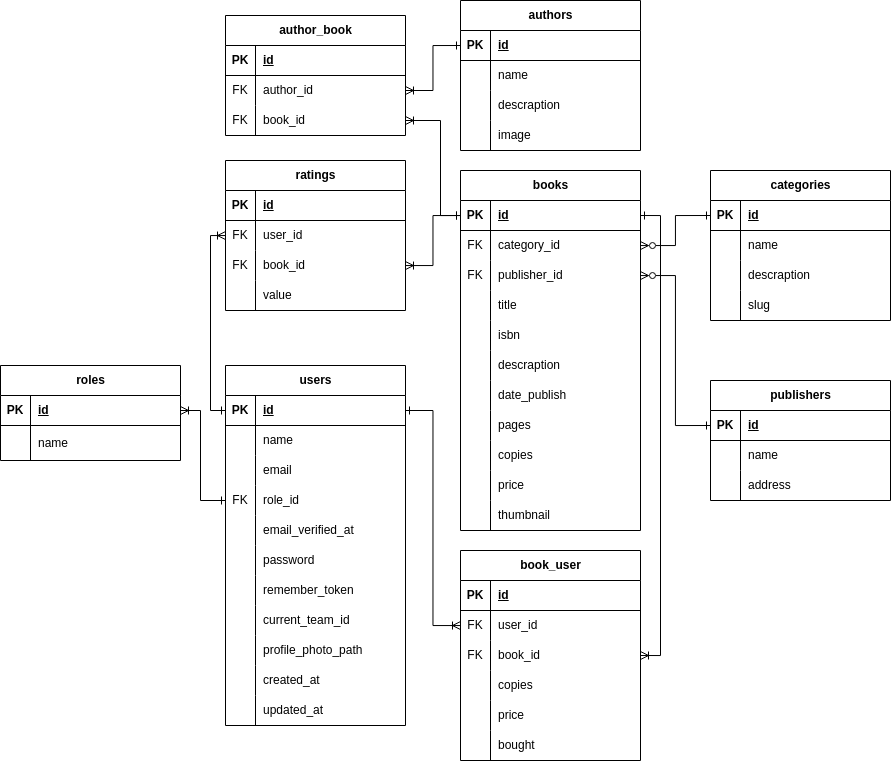
Above: database/database.png in yhyasyrian/ecommerce-book (draw.io), before the change. Source tidied: cells renumbered, new cells last; positions are measured from the earlier drawing's top-left corner, leaving out a move shared by most shapes.
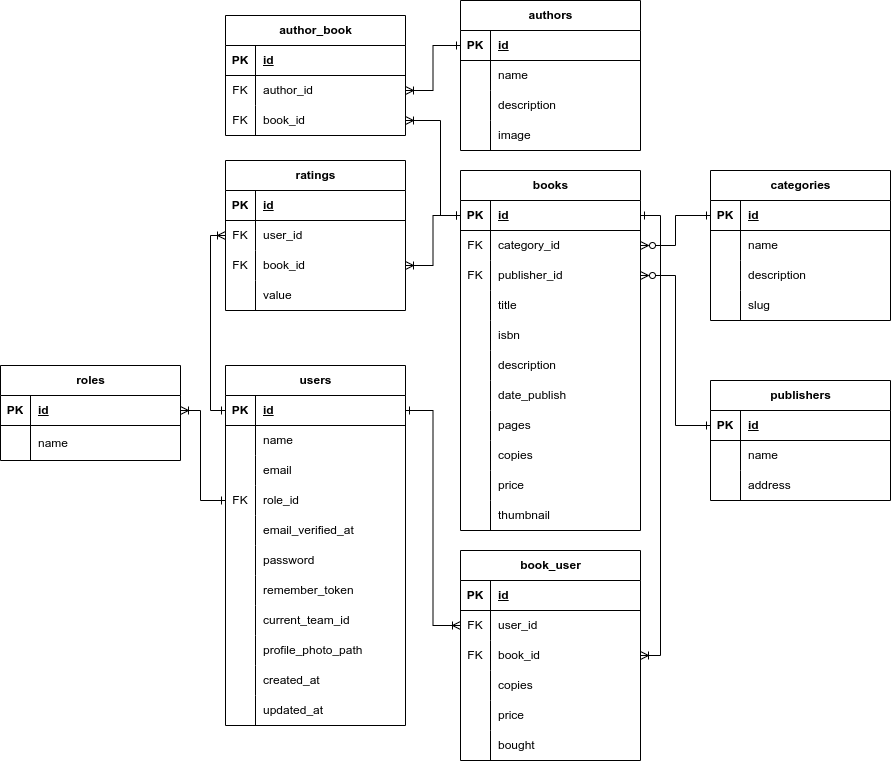
The same diagram one commit later.

What changed in the source:
```diff
@@ -160,7 +160,7 @@
     <mxCell id="52" style="shape=partialRectangle;fillColor=none;top=0;left=0;bottom=0;right=0;overflow=hidden;whiteSpace=wrap;html=1;" parent="51" vertex="1">
       <mxGeometry width="30" height="30" as="geometry" />
     </mxCell>
-    <mxCell id="53" value="descraption" style="shape=partialRectangle;fillColor=none;top=0;left=0;bottom=0;right=0;align=left;spacingLeft=6;overflow=hidden;whiteSpace=wrap;html=1;" parent="51" vertex="1">
+    <mxCell id="53" value="description" style="shape=partialRectangle;fillColor=none;top=0;left=0;bottom=0;right=0;align=left;spacingLeft=6;overflow=hidden;whiteSpace=wrap;html=1;" parent="51" vertex="1">
       <mxGeometry x="30" width="150" height="30" as="geometry" />
     </mxCell>
     <mxCell id="54" style="shape=tableRow;horizontal=0;startSize=0;swimlaneHead=0;swimlaneBody=0;fillColor=none;top=0;left=0;right=0;bottom=0;" parent="44" vertex="1">
@@ -199,7 +199,7 @@
     <mxCell id="65" style="shape=partialRectangle;fillColor=none;top=0;left=0;bottom=0;right=0;overflow=hidden;whiteSpace=wrap;html=1;" parent="64" vertex="1">
       <mxGeometry width="30" height="30" as="geometry" />
     </mxCell>
-    <mxCell id="66" value="descraption" style="shape=partialRectangle;fillColor=none;top=0;left=0;bottom=0;right=0;align=left;spacingLeft=6;overflow=hidden;whiteSpace=wrap;html=1;" parent="64" vertex="1">
+    <mxCell id="66" value="description" style="shape=partialRectangle;fillColor=none;top=0;left=0;bottom=0;right=0;align=left;spacingLeft=6;overflow=hidden;whiteSpace=wrap;html=1;" parent="64" vertex="1">
       <mxGeometry x="30" width="150" height="30" as="geometry" />
     </mxCell>
     <mxCell id="67" style="shape=tableRow;horizontal=0;startSize=0;swimlaneHead=0;swimlaneBody=0;fillColor=none;top=0;left=0;right=0;bottom=0;" parent="57" vertex="1">
@@ -295,7 +295,7 @@
     <mxCell id="97" style="shape=partialRectangle;fillColor=none;top=0;left=0;bottom=0;right=0;overflow=hidden;whiteSpace=wrap;html=1;" parent="96" vertex="1">
       <mxGeometry width="30" height="30" as="geometry" />
     </mxCell>
-    <mxCell id="98" value="descraption" style="shape=partialRectangle;fillColor=none;top=0;left=0;bottom=0;right=0;align=left;spacingLeft=6;overflow=hidden;whiteSpace=wrap;html=1;" parent="96" vertex="1">
+    <mxCell id="98" value="description" style="shape=partialRectangle;fillColor=none;top=0;left=0;bottom=0;right=0;align=left;spacingLeft=6;overflow=hidden;whiteSpace=wrap;html=1;" parent="96" vertex="1">
       <mxGeometry x="30" width="150" height="30" as="geometry" />
     </mxCell>
     <mxCell id="99" style="shape=tableRow;horizontal=0;startSize=0;swimlaneHead=0;swimlaneBody=0;fillColor=none;top=0;left=0;right=0;bottom=0;" parent="80" vertex="1">
```
